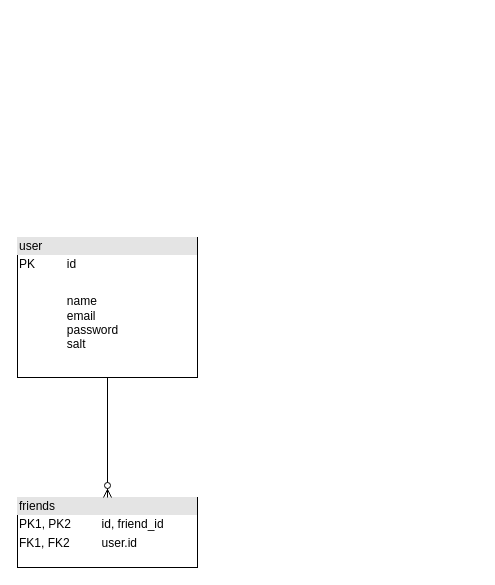
Earlier version of the draw.io diagram diagrams/Untitled Diagram.drawio (coffee-only/CalendarProject). Source tidied: cells renumbered, new cells numbered last; positions are measured from the earlier drawing's top-left corner, leaving out a move shared by most shapes. Both pictures are drawn from the tidied source at 100%, with x=0, y=0 at pixel (17, 237).
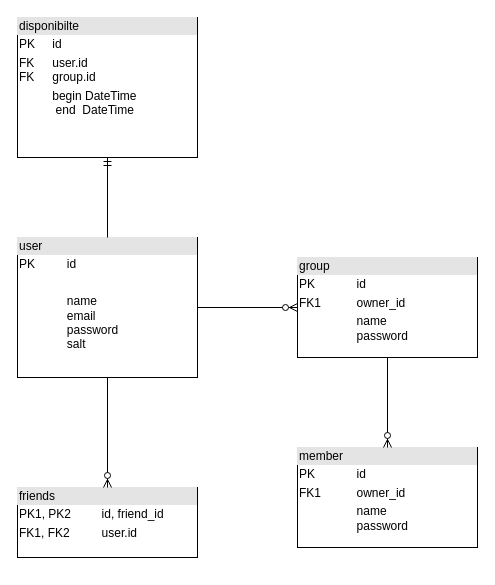
The same diagram, later.

What changed in the source:
```diff
@@
 <mxGraphModel>
   <root>
     <mxCell id="0" />
     <mxCell id="1" parent="0" />
     <mxCell id="2" value="&lt;div style=&quot;box-sizing: border-box; width: 100%; background: rgb(228, 228, 228); padding: 2px;&quot;&gt;user&lt;/div&gt;&lt;table style=&quot;width:100%;font-size:1em;&quot; cellpadding=&quot;2&quot; cellspacing=&quot;0&quot;&gt;&lt;tbody&gt;&lt;tr&gt;&lt;td&gt;PK&lt;/td&gt;&lt;td&gt;id&lt;/td&gt;&lt;/tr&gt;&lt;tr&gt;&lt;td&gt;&lt;br&gt;&lt;/td&gt;&lt;td&gt;&lt;br&gt;&lt;/td&gt;&lt;/tr&gt;&lt;tr&gt;&lt;td&gt;&lt;/td&gt;&lt;td&gt;name&lt;br&gt;email&lt;br&gt;password&lt;br&gt;salt&lt;br&gt;&lt;br&gt;&lt;/td&gt;&lt;/tr&gt;&lt;/tbody&gt;&lt;/table&gt;" style="verticalAlign=top;align=left;overflow=fill;html=1;whiteSpace=wrap;" parent="1" vertex="1">
       <mxGeometry width="180" height="140" as="geometry" />
     </mxCell>
     <mxCell id="3" value="&lt;div style=&quot;box-sizing: border-box; width: 100%; background: rgb(228, 228, 228); padding: 2px;&quot;&gt;friends&lt;/div&gt;&lt;table style=&quot;width:100%;font-size:1em;&quot; cellpadding=&quot;2&quot; cellspacing=&quot;0&quot;&gt;&lt;tbody&gt;&lt;tr&gt;&lt;td&gt;PK1, PK2&lt;/td&gt;&lt;td&gt;id, friend_id&lt;/td&gt;&lt;/tr&gt;&lt;tr&gt;&lt;td&gt;FK1, FK2&lt;br&gt;&lt;/td&gt;&lt;td&gt;user.id&lt;/td&gt;&lt;/tr&gt;&lt;tr&gt;&lt;td&gt;&lt;br&gt;&lt;br&gt;&lt;/td&gt;&lt;td&gt;&lt;br&gt;&lt;br&gt;&lt;br&gt;&lt;br&gt;&lt;br&gt;&lt;/td&gt;&lt;/tr&gt;&lt;/tbody&gt;&lt;/table&gt;" style="verticalAlign=top;align=left;overflow=fill;html=1;whiteSpace=wrap;" parent="1" vertex="1">
-      <mxGeometry y="260" width="180" height="70" as="geometry" />
+      <mxGeometry y="250" width="180" height="70" as="geometry" />
     </mxCell>
     <mxCell id="4" style="fontSize=12;html=1;endArrow=ERzeroToMany;endFill=1;rounded=0;exitX=0.5;exitY=1;exitDx=0;exitDy=0;entryX=0.5;entryY=0;entryDx=0;entryDy=0;" parent="1" edge="1" source="2" target="3">
       <mxGeometry relative="1" as="geometry" />
     </mxCell>
+    <mxCell id="5" value="&lt;div style=&quot;box-sizing: border-box; width: 100%; background: rgb(228, 228, 228); padding: 2px;&quot;&gt;group&lt;/div&gt;&lt;table style=&quot;width:100%;font-size:1em;&quot; cellpadding=&quot;2&quot; cellspacing=&quot;0&quot;&gt;&lt;tbody&gt;&lt;tr&gt;&lt;td&gt;PK&lt;/td&gt;&lt;td&gt;id&lt;/td&gt;&lt;/tr&gt;&lt;tr&gt;&lt;td&gt;FK1&lt;/td&gt;&lt;td&gt;owner_id&lt;/td&gt;&lt;/tr&gt;&lt;tr&gt;&lt;td&gt;&lt;/td&gt;&lt;td&gt;name&lt;br&gt;password&lt;br&gt;&lt;/td&gt;&lt;/tr&gt;&lt;/tbody&gt;&lt;/table&gt;" style="verticalAlign=top;align=left;overflow=fill;html=1;whiteSpace=wrap;" parent="1" vertex="1">
+      <mxGeometry x="280" y="20" width="180" height="100" as="geometry" />
+    </mxCell>
+    <mxCell id="6" style="fontSize=12;html=1;endArrow=ERzeroToMany;endFill=1;rounded=0;exitX=1;exitY=0.5;exitDx=0;exitDy=0;entryX=0;entryY=0.5;entryDx=0;entryDy=0;" parent="1" edge="1" source="2" target="5">
+      <mxGeometry relative="1" as="geometry" />
+    </mxCell>
+    <mxCell id="7" value="&lt;div style=&quot;box-sizing: border-box; width: 100%; background: rgb(228, 228, 228); padding: 2px;&quot;&gt;member&lt;/div&gt;&lt;table style=&quot;width:100%;font-size:1em;&quot; cellpadding=&quot;2&quot; cellspacing=&quot;0&quot;&gt;&lt;tbody&gt;&lt;tr&gt;&lt;td&gt;PK&lt;/td&gt;&lt;td&gt;id&lt;/td&gt;&lt;/tr&gt;&lt;tr&gt;&lt;td&gt;FK1&lt;/td&gt;&lt;td&gt;owner_id&lt;/td&gt;&lt;/tr&gt;&lt;tr&gt;&lt;td&gt;&lt;/td&gt;&lt;td&gt;name&lt;br&gt;password&lt;br&gt;&lt;/td&gt;&lt;/tr&gt;&lt;/tbody&gt;&lt;/table&gt;" style="verticalAlign=top;align=left;overflow=fill;html=1;whiteSpace=wrap;" parent="1" vertex="1">
+      <mxGeometry x="280" y="210" width="180" height="100" as="geometry" />
+    </mxCell>
+    <mxCell id="8" value="&lt;div style=&quot;box-sizing: border-box; width: 100%; background: rgb(228, 228, 228); padding: 2px;&quot;&gt;disponibilte&lt;/div&gt;&lt;table style=&quot;width:100%;font-size:1em;&quot; cellpadding=&quot;2&quot; cellspacing=&quot;0&quot;&gt;&lt;tbody&gt;&lt;tr&gt;&lt;td&gt;PK&lt;/td&gt;&lt;td&gt;id&lt;/td&gt;&lt;/tr&gt;&lt;tr&gt;&lt;td&gt;FK&lt;br&gt;FK&lt;/td&gt;&lt;td&gt;user.id&lt;br&gt;group.id&lt;/td&gt;&lt;/tr&gt;&lt;tr&gt;&lt;td&gt;&lt;br&gt;&lt;/td&gt;&lt;td&gt;begin DateTime&lt;br&gt;&amp;nbsp;end&amp;nbsp; DateTime&lt;br&gt;&lt;br&gt;&lt;/td&gt;&lt;/tr&gt;&lt;/tbody&gt;&lt;/table&gt;" style="verticalAlign=top;align=left;overflow=fill;html=1;whiteSpace=wrap;" parent="1" vertex="1">
+      <mxGeometry y="-220" width="180" height="140" as="geometry" />
+    </mxCell>
+    <mxCell id="9" style="fontSize=12;html=1;endArrow=ERmandOne;rounded=0;exitX=0.5;exitY=0;exitDx=0;exitDy=0;entryX=0.5;entryY=1;entryDx=0;entryDy=0;" parent="1" edge="1" source="2" target="8">
+      <mxGeometry relative="1" as="geometry" />
+    </mxCell>
+    <mxCell id="10" style="fontSize=12;html=1;endArrow=ERzeroToMany;endFill=1;rounded=0;exitX=0.5;exitY=1;exitDx=0;exitDy=0;entryX=0.5;entryY=0;entryDx=0;entryDy=0;" parent="1" edge="1" source="5" target="7">
+      <mxGeometry relative="1" as="geometry" />
+    </mxCell>
   </root>
 </mxGraphModel>
```
